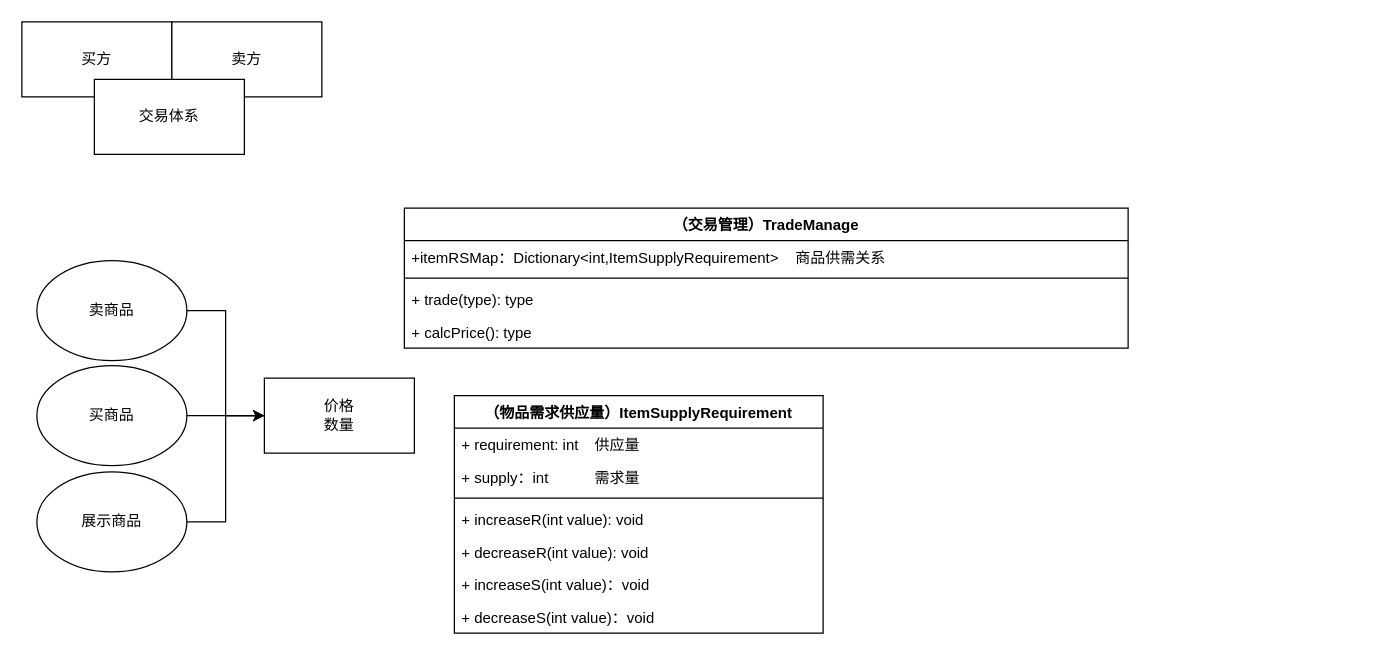
This is 交易.drawio from Taaaang/game_design, a draw.io file, before an edit. Source tidied: cells renumbered, new cells numbered last; positions are measured from the earlier drawing's top-left corner, leaving out a move shared by most shapes. Both pictures are drawn from the tidied source at 125%, with x=0, y=0 at pixel (21, 21).
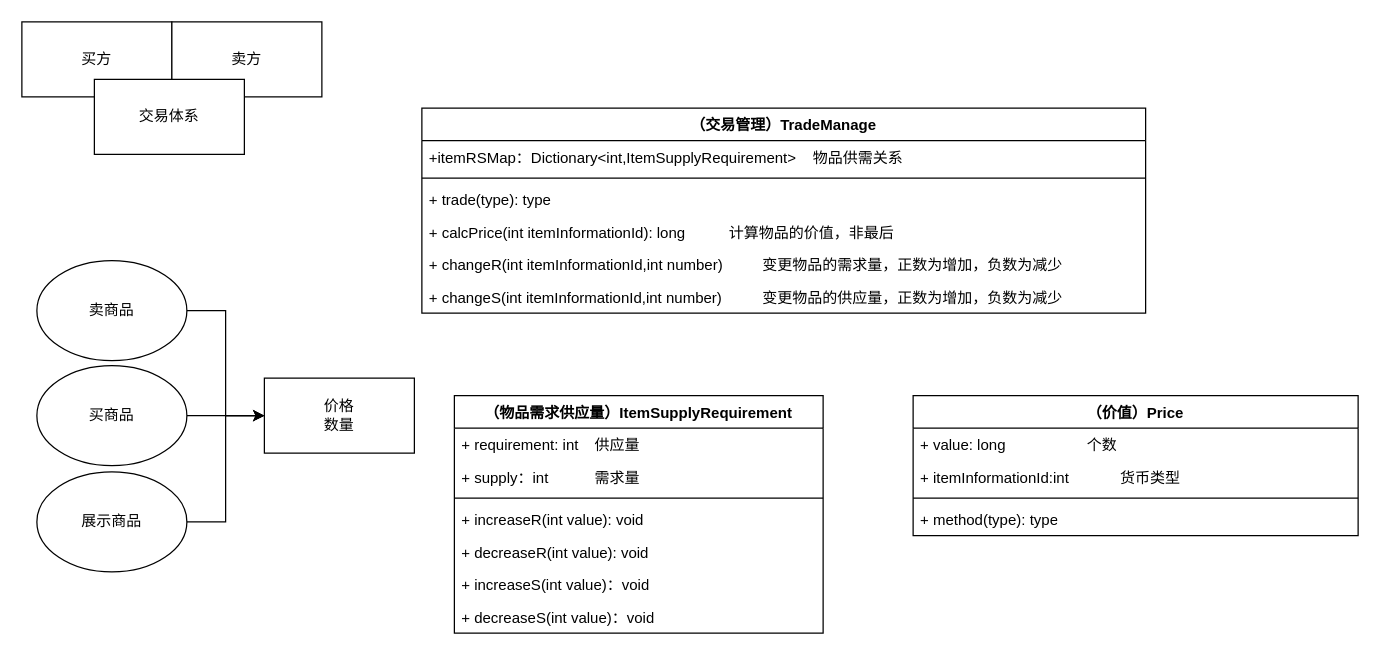
After the change.

What changed in the source:
```diff
@@
     <mxCell id="12" value="（交易管理）TradeManage" style="swimlane;fontStyle=1;align=center;verticalAlign=top;horizontal=1;startSize=26;whiteSpace=wrap;html=1;" parent="1" vertex="1">
-      <mxGeometry x="306" y="149" width="579" height="112" as="geometry" />
+      <mxGeometry x="320" y="69" width="579" height="164" as="geometry" />
     </mxCell>
-    <mxCell id="13" value="+itemRSMap：Dictionary&amp;lt;int,ItemSupplyRequirement&amp;gt;&lt;span style=&quot;&quot;&gt;&lt;span style=&quot;white-space: pre;&quot;&gt;&amp;nbsp;&amp;nbsp;&amp;nbsp;&amp;nbsp;&lt;/span&gt;&lt;/span&gt;商品供需关系" style="text;strokeColor=none;fillColor=none;align=left;verticalAlign=top;spacingLeft=4;spacingRight=4;overflow=hidden;whiteSpace=wrap;html=1;" parent="12" vertex="1">
+    <mxCell id="13" value="+itemRSMap：Dictionary&amp;lt;int,ItemSupplyRequirement&amp;gt;&lt;span style=&quot;&quot;&gt;&lt;span style=&quot;white-space: pre;&quot;&gt;&amp;nbsp;&amp;nbsp;&amp;nbsp;&amp;nbsp;物品&lt;/span&gt;&lt;/span&gt;供需关系" style="text;strokeColor=none;fillColor=none;align=left;verticalAlign=top;spacingLeft=4;spacingRight=4;overflow=hidden;whiteSpace=wrap;html=1;" parent="12" vertex="1">
       <mxGeometry y="26" width="579" height="26" as="geometry" />
     </mxCell>
@@
-    <mxCell id="16" value="+ calcPrice(): type" style="text;strokeColor=none;fillColor=none;align=left;verticalAlign=top;spacingLeft=4;spacingRight=4;overflow=hidden;whiteSpace=wrap;html=1;" parent="12" vertex="1">
+    <mxCell id="16" value="+ calcPrice(int itemInformationId): long&lt;span style=&quot;white-space: pre;&quot;&gt;&#9;&lt;span style=&quot;white-space: pre;&quot;&gt;&#9;&lt;/span&gt;计算&lt;/span&gt;物品的价值，非最后&lt;span style=&quot;white-space: pre;&quot;&gt;&#9;&lt;/span&gt;&lt;span style=&quot;white-space: pre;&quot;&gt;&#9;&lt;/span&gt;" style="text;strokeColor=none;fillColor=none;align=left;verticalAlign=top;spacingLeft=4;spacingRight=4;overflow=hidden;whiteSpace=wrap;html=1;" parent="12" vertex="1">
       <mxGeometry y="86" width="579" height="26" as="geometry" />
     </mxCell>
+    <mxCell id="25" value="+ changeR(int itemInformationId,int number)&amp;nbsp;&lt;span style=&quot;white-space: pre;&quot;&gt;&#9;&lt;/span&gt;变更物品的需求量，正数为增加，负数为减少" style="text;strokeColor=none;fillColor=none;align=left;verticalAlign=top;spacingLeft=4;spacingRight=4;overflow=hidden;whiteSpace=wrap;html=1;" parent="12" vertex="1">
+      <mxGeometry y="112" width="579" height="26" as="geometry" />
+    </mxCell>
+    <mxCell id="26" value="+ changeS(int itemInformationId,int number)&lt;span style=&quot;white-space: pre;&quot;&gt;&#9;&lt;/span&gt;&lt;span style=&quot;white-space: pre;&quot;&gt;&#9;&lt;/span&gt;变更物品的供应量，正数为增加，负数为减少" style="text;strokeColor=none;fillColor=none;align=left;verticalAlign=top;spacingLeft=4;spacingRight=4;overflow=hidden;whiteSpace=wrap;html=1;" parent="12" vertex="1">
+      <mxGeometry y="138" width="579" height="26" as="geometry" />
+    </mxCell>
@@
+    <mxCell id="27" value="（价值）Price" style="swimlane;fontStyle=1;align=center;verticalAlign=top;horizontal=1;startSize=26;whiteSpace=wrap;html=1;" parent="1" vertex="1">
+      <mxGeometry x="713" y="299" width="356" height="112" as="geometry" />
+    </mxCell>
+    <mxCell id="28" value="+ value: long&lt;span style=&quot;white-space: pre;&quot;&gt;&#9;&lt;/span&gt;&lt;span style=&quot;white-space: pre;&quot;&gt;&#9;&lt;/span&gt;&lt;span style=&quot;white-space: pre;&quot;&gt;&#9;&lt;/span&gt;个数" style="text;strokeColor=none;fillColor=none;align=left;verticalAlign=top;spacingLeft=4;spacingRight=4;overflow=hidden;whiteSpace=wrap;html=1;" parent="27" vertex="1">
+      <mxGeometry y="26" width="356" height="26" as="geometry" />
+    </mxCell>
+    <mxCell id="29" value="+ itemInformationId:int&amp;nbsp;&lt;span style=&quot;white-space: pre;&quot;&gt;&#9;&lt;/span&gt;&lt;span style=&quot;white-space: pre;&quot;&gt;&#9;&lt;/span&gt;货币类型" style="text;strokeColor=none;fillColor=none;align=left;verticalAlign=top;spacingLeft=4;spacingRight=4;overflow=hidden;whiteSpace=wrap;html=1;" parent="27" vertex="1">
+      <mxGeometry y="52" width="356" height="26" as="geometry" />
+    </mxCell>
+    <mxCell id="30" style="line;strokeWidth=1;fillColor=none;align=left;verticalAlign=middle;spacingTop=-1;spacingLeft=3;spacingRight=3;labelPosition=right;strokeColor=inherit;" parent="27" vertex="1">
+      <mxGeometry y="78" width="356" height="8" as="geometry" />
+    </mxCell>
+    <mxCell id="31" value="+ method(type): type" style="text;strokeColor=none;fillColor=none;align=left;verticalAlign=top;spacingLeft=4;spacingRight=4;overflow=hidden;whiteSpace=wrap;html=1;" parent="27" vertex="1">
+      <mxGeometry y="86" width="356" height="26" as="geometry" />
+    </mxCell>
```
